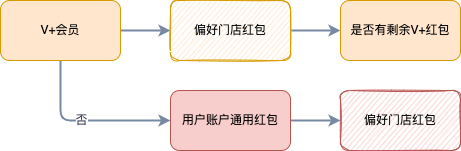
Earlier version of the draw.io export 天降红包.png (845642761/diagram). Source tidied: cells renumbered, new cells last; positions are measured from the earlier drawing's top-left corner, leaving out a move shared by most shapes.
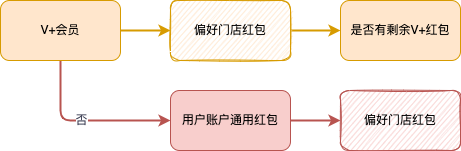
After the change.

Commit message:
更新天降红包.png

The edit, as a diff of the source:
```diff
@@ -2,10 +2,10 @@
   <root>
     <mxCell id="0" />
     <mxCell id="1" parent="0" />
-    <mxCell id="2" style="edgeStyle=orthogonalEdgeStyle;curved=0;rounded=1;sketch=0;jettySize=auto;html=1;fontColor=#46495D;strokeColor=#788AA3;fillColor=#B2C9AB;strokeWidth=2;" parent="1" edge="1" source="5" target="7">
+    <mxCell id="2" style="edgeStyle=orthogonalEdgeStyle;curved=0;rounded=1;sketch=0;jettySize=auto;html=1;fontColor=#46495D;strokeColor=#d79b00;fillColor=#ffe6cc;strokeWidth=2;" parent="1" edge="1" source="5" target="7">
       <mxGeometry relative="1" as="geometry" />
     </mxCell>
-    <mxCell id="3" style="edgeStyle=orthogonalEdgeStyle;curved=0;rounded=1;sketch=0;jettySize=auto;html=1;fontColor=#46495D;strokeColor=#788AA3;fillColor=#B2C9AB;exitX=0.5;exitY=1;exitDx=0;exitDy=0;entryX=0;entryY=0.5;entryDx=0;entryDy=0;strokeWidth=2;" parent="1" edge="1" source="5" target="10">
+    <mxCell id="3" style="edgeStyle=orthogonalEdgeStyle;curved=0;rounded=1;sketch=0;jettySize=auto;html=1;fontColor=#46495D;strokeColor=#b85450;fillColor=#f8cecc;exitX=0.5;exitY=1;exitDx=0;exitDy=0;entryX=0;entryY=0.5;entryDx=0;entryDy=0;strokeWidth=2;" parent="1" edge="1" source="5" target="10">
       <mxGeometry relative="1" as="geometry" />
     </mxCell>
     <mxCell id="4" value="否" style="edgeLabel;html=1;align=center;verticalAlign=middle;fontColor=#46495D;" parent="3" vertex="1">
@@ -14,7 +14,7 @@
     <mxCell id="5" value="V+会员" style="rounded=1;whiteSpace=wrap;html=1;sketch=0;strokeColor=#d79b00;fillColor=#ffe6cc;" parent="1" vertex="1">
       <mxGeometry width="120" height="60" as="geometry" />
     </mxCell>
-    <mxCell id="6" style="edgeStyle=orthogonalEdgeStyle;curved=0;rounded=1;sketch=0;jettySize=auto;html=1;fontColor=#46495D;strokeColor=#788AA3;fillColor=#B2C9AB;strokeWidth=2;" parent="1" edge="1" source="7" target="8">
+    <mxCell id="6" style="edgeStyle=orthogonalEdgeStyle;curved=0;rounded=1;sketch=0;jettySize=auto;html=1;fontColor=#46495D;strokeColor=#d79b00;fillColor=#ffe6cc;strokeWidth=2;" parent="1" edge="1" source="7" target="8">
       <mxGeometry relative="1" as="geometry" />
     </mxCell>
     <mxCell id="7" value="偏好门店红包" style="whiteSpace=wrap;html=1;fillColor=#ffe6cc;strokeColor=#d79b00;rounded=1;sketch=1;shadow=0;glass=0;" parent="1" vertex="1">
@@ -23,7 +23,7 @@
     <mxCell id="8" value="是否有剩余V+红包" style="whiteSpace=wrap;html=1;fillColor=#ffe6cc;strokeColor=#d79b00;rounded=1;sketch=0;" parent="1" vertex="1">
       <mxGeometry x="340" width="120" height="60" as="geometry" />
     </mxCell>
-    <mxCell id="9" style="edgeStyle=orthogonalEdgeStyle;curved=0;rounded=1;sketch=0;jettySize=auto;html=1;fontColor=#46495D;strokeColor=#788AA3;fillColor=#B2C9AB;strokeWidth=2;" parent="1" edge="1" source="10" target="11">
+    <mxCell id="9" style="edgeStyle=orthogonalEdgeStyle;curved=0;rounded=1;sketch=0;jettySize=auto;html=1;fontColor=#46495D;strokeColor=#b85450;fillColor=#f8cecc;strokeWidth=2;" parent="1" edge="1" source="10" target="11">
       <mxGeometry relative="1" as="geometry" />
     </mxCell>
     <mxCell id="10" value="用户账户通用红包" style="whiteSpace=wrap;html=1;fillColor=#f8cecc;strokeColor=#b85450;rounded=1;sketch=0;shadow=0;glass=0;" parent="1" vertex="1">
```
